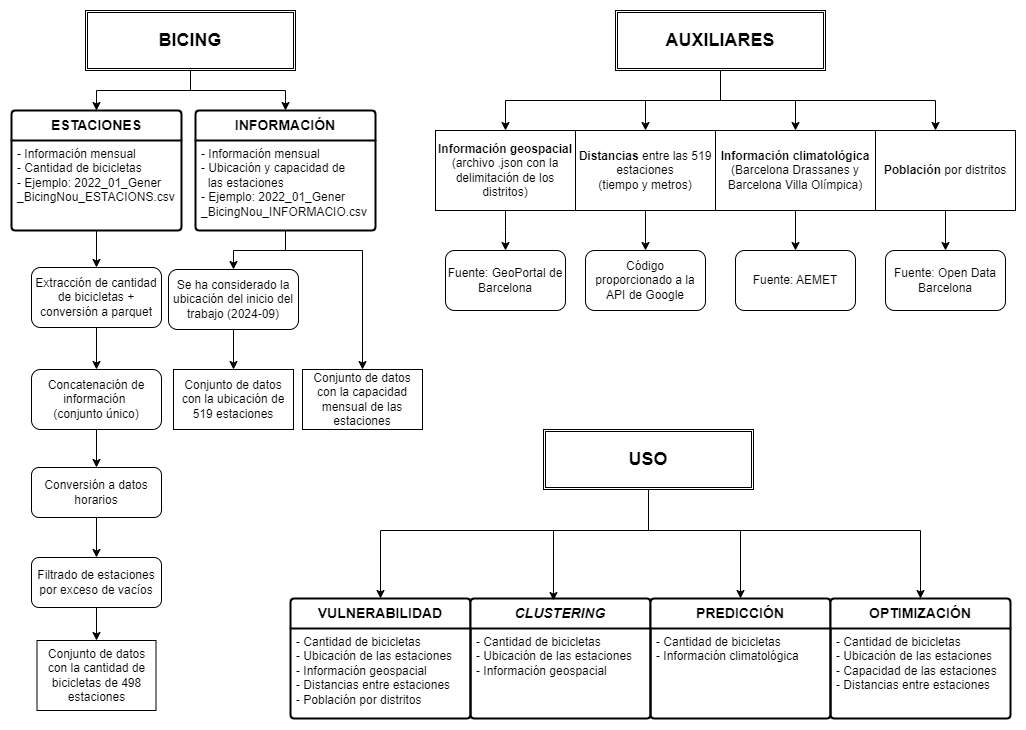
GerardGinerFabregat2001/Optimizacion_reposicionamiento_Bicing keeps this draw.io diagram as 4-DIAGRAMAS/Fuentes de datos.drawio.png. Above is the earlier version. Source tidied: cells renumbered, new cells last; positions are measured from the earlier drawing's top-left corner, leaving out a move shared by most shapes. Its diagram source:
```xml
<mxGraphModel>
  <root>
    <mxCell id="0" />
    <mxCell id="1" parent="0" />
    <mxCell id="2" style="edgeStyle=orthogonalEdgeStyle;rounded=0;jettySize=auto;html=1;entryX=0.5;entryY=0;entryDx=0;entryDy=0;" parent="1" edge="1" source="4" target="10">
      <mxGeometry relative="1" as="geometry" />
    </mxCell>
    <mxCell id="3" style="edgeStyle=orthogonalEdgeStyle;rounded=0;jettySize=auto;html=1;entryX=0.5;entryY=0;entryDx=0;entryDy=0;" parent="1" edge="1" source="4" target="13">
      <mxGeometry relative="1" as="geometry" />
    </mxCell>
    <mxCell id="4" value="&lt;font style=&quot;font-size: 18px;&quot;&gt;&lt;b&gt;BICING&lt;/b&gt;&lt;/font&gt;" style="shape=ext;double=1;rounded=0;whiteSpace=wrap;html=1;fillColor=none;" parent="1" vertex="1">
      <mxGeometry x="74" width="210" height="60" as="geometry" />
    </mxCell>
    <mxCell id="5" style="edgeStyle=orthogonalEdgeStyle;rounded=0;jettySize=auto;html=1;" parent="1" edge="1" source="9" target="31">
      <mxGeometry relative="1" as="geometry" />
    </mxCell>
    <mxCell id="6" style="edgeStyle=orthogonalEdgeStyle;rounded=0;jettySize=auto;html=1;" parent="1" edge="1" source="9" target="29">
      <mxGeometry relative="1" as="geometry">
        <Array as="points">
          <mxPoint x="709" y="90" />
          <mxPoint x="494" y="90" />
        </Array>
      </mxGeometry>
    </mxCell>
    <mxCell id="7" style="edgeStyle=orthogonalEdgeStyle;rounded=0;jettySize=auto;html=1;" parent="1" edge="1" source="9" target="33">
      <mxGeometry relative="1" as="geometry" />
    </mxCell>
    <mxCell id="8" style="edgeStyle=orthogonalEdgeStyle;rounded=0;jettySize=auto;html=1;" parent="1" edge="1" source="9" target="35">
      <mxGeometry relative="1" as="geometry">
        <Array as="points">
          <mxPoint x="709" y="90" />
          <mxPoint x="924" y="90" />
        </Array>
      </mxGeometry>
    </mxCell>
    <mxCell id="9" value="&lt;font style=&quot;font-size: 18px;&quot;&gt;&lt;b&gt;AUXILIARES&lt;/b&gt;&lt;/font&gt;" style="shape=ext;double=1;rounded=0;whiteSpace=wrap;html=1;fillColor=none;" parent="1" vertex="1">
      <mxGeometry x="604" width="210" height="60" as="geometry" />
    </mxCell>
    <mxCell id="10" value="&lt;b&gt;ESTACIONES&lt;/b&gt;" style="swimlane;horizontal=1;startSize=30;rounded=1;fontSize=14;fontStyle=0;strokeWidth=2;shadow=0;dashed=0;align=center;arcSize=4;whiteSpace=wrap;html=1;fillColor=none;" parent="1" vertex="1">
      <mxGeometry y="100" width="170" height="120" as="geometry" />
    </mxCell>
    <mxCell id="11" value="- Información mensual&lt;div&gt;- Cantidad de bicicletas&lt;/div&gt;&lt;div&gt;- Ejemplo:&amp;nbsp;2022_01_Gener&lt;/div&gt;&lt;div&gt;_BicingNou_ESTACIONS.csv&lt;/div&gt;" style="align=left;strokeColor=none;fillColor=none;spacingLeft=4;fontSize=12;verticalAlign=top;html=1;" parent="10" vertex="1">
      <mxGeometry y="30" width="170" height="90" as="geometry" />
    </mxCell>
    <mxCell id="12" style="edgeStyle=orthogonalEdgeStyle;rounded=0;jettySize=auto;html=1;entryX=0.5;entryY=0;entryDx=0;entryDy=0;" parent="1" edge="1" source="13" target="19">
      <mxGeometry relative="1" as="geometry" />
    </mxCell>
    <mxCell id="13" value="&lt;b&gt;INFORMACIÓN&lt;/b&gt;" style="swimlane;horizontal=1;startSize=30;rounded=1;fontSize=14;fontStyle=0;strokeWidth=2;shadow=0;dashed=0;align=center;arcSize=4;whiteSpace=wrap;html=1;fillColor=#FFFFFF;" parent="1" vertex="1">
      <mxGeometry x="184" y="100" width="180" height="120" as="geometry" />
    </mxCell>
    <mxCell id="14" value="- Información mensual&lt;div&gt;- Ubicación y capacidad de&lt;/div&gt;&lt;div&gt;&amp;nbsp; las estaciones&lt;/div&gt;&lt;div&gt;- Ejemplo:&amp;nbsp;2022_01_Gener&lt;/div&gt;&lt;div&gt;_BicingNou_INFORMACIO.csv&lt;/div&gt;" style="align=left;strokeColor=none;fillColor=none;spacingLeft=4;fontSize=12;verticalAlign=top;html=1;" parent="13" vertex="1">
      <mxGeometry y="30" width="180" height="90" as="geometry" />
    </mxCell>
    <mxCell id="15" style="edgeStyle=orthogonalEdgeStyle;rounded=0;jettySize=auto;html=1;" parent="1" edge="1" source="16" target="21">
      <mxGeometry relative="1" as="geometry" />
    </mxCell>
    <mxCell id="16" value="Extracción de cantidad de bicicletas + conversión a parquet" style="rounded=1;whiteSpace=wrap;html=1;" parent="1" vertex="1">
      <mxGeometry x="20" y="257" width="130" height="60" as="geometry" />
    </mxCell>
    <mxCell id="17" style="edgeStyle=orthogonalEdgeStyle;rounded=0;jettySize=auto;html=1;exitX=0.5;exitY=1;exitDx=0;exitDy=0;" parent="1" edge="1" source="11" target="16">
      <mxGeometry relative="1" as="geometry" />
    </mxCell>
    <mxCell id="18" style="edgeStyle=orthogonalEdgeStyle;rounded=0;jettySize=auto;html=1;" parent="1" edge="1" source="19" target="24">
      <mxGeometry relative="1" as="geometry" />
    </mxCell>
    <mxCell id="19" value="&lt;div&gt;&lt;br&gt;&lt;/div&gt;Se ha considerado la ubicación del inicio del trabajo (2024-09)&lt;div&gt;&lt;br&gt;&lt;/div&gt;" style="rounded=1;whiteSpace=wrap;html=1;" parent="1" vertex="1">
      <mxGeometry x="157" y="259" width="130" height="60" as="geometry" />
    </mxCell>
    <mxCell id="20" style="edgeStyle=orthogonalEdgeStyle;rounded=0;jettySize=auto;html=1;" parent="1" edge="1" source="21" target="23">
      <mxGeometry relative="1" as="geometry" />
    </mxCell>
    <mxCell id="21" value="Concatenación de información&amp;nbsp;&lt;div&gt;(conjunto único)&lt;/div&gt;" style="rounded=1;whiteSpace=wrap;html=1;" parent="1" vertex="1">
      <mxGeometry x="20" y="359" width="130" height="60" as="geometry" />
    </mxCell>
    <mxCell id="22" style="edgeStyle=orthogonalEdgeStyle;rounded=0;jettySize=auto;html=1;" parent="1" edge="1" source="23" target="26">
      <mxGeometry relative="1" as="geometry" />
    </mxCell>
    <mxCell id="23" value="Conversión a datos horarios" style="rounded=1;whiteSpace=wrap;html=1;" parent="1" vertex="1">
      <mxGeometry x="20" y="457" width="130" height="50" as="geometry" />
    </mxCell>
    <mxCell id="24" value="Conjunto de datos con la ubicación de 519 estaciones" style="rounded=0;whiteSpace=wrap;html=1;" parent="1" vertex="1">
      <mxGeometry x="162" y="359" width="120" height="60" as="geometry" />
    </mxCell>
    <mxCell id="25" style="edgeStyle=orthogonalEdgeStyle;rounded=0;jettySize=auto;html=1;exitX=0.5;exitY=1;exitDx=0;exitDy=0;entryX=0.5;entryY=0;entryDx=0;entryDy=0;" parent="1" edge="1" source="26" target="27">
      <mxGeometry relative="1" as="geometry" />
    </mxCell>
    <mxCell id="26" value="Filtrado de estaciones por exceso de vacíos" style="rounded=1;whiteSpace=wrap;html=1;" parent="1" vertex="1">
      <mxGeometry x="20" y="547" width="130" height="50" as="geometry" />
    </mxCell>
    <mxCell id="27" value="Conjunto de datos con la cantidad de bicicletas de 498 estaciones" style="rounded=0;whiteSpace=wrap;html=1;" parent="1" vertex="1">
      <mxGeometry x="25.5" y="630" width="119" height="70" as="geometry" />
    </mxCell>
    <mxCell id="28" style="edgeStyle=orthogonalEdgeStyle;rounded=0;jettySize=auto;html=1;" parent="1" edge="1" source="29">
      <mxGeometry relative="1" as="geometry">
        <mxPoint x="494" y="240" as="targetPoint" />
      </mxGeometry>
    </mxCell>
    <mxCell id="29" value="&lt;b&gt;Información geospacial&lt;/b&gt; (archivo .json con la delimitación de los distritos)" style="rounded=0;whiteSpace=wrap;html=1;" parent="1" vertex="1">
      <mxGeometry x="424" y="120" width="140" height="80" as="geometry" />
    </mxCell>
    <mxCell id="30" style="edgeStyle=orthogonalEdgeStyle;rounded=0;jettySize=auto;html=1;" parent="1" edge="1" source="31" target="37">
      <mxGeometry relative="1" as="geometry" />
    </mxCell>
    <mxCell id="31" value="&lt;b&gt;Distancias&lt;/b&gt; entre las 519 estaciones&lt;div&gt;(tiempo y metros)&lt;/div&gt;" style="rounded=0;whiteSpace=wrap;html=1;" parent="1" vertex="1">
      <mxGeometry x="564" y="120" width="140" height="80" as="geometry" />
    </mxCell>
    <mxCell id="32" style="edgeStyle=orthogonalEdgeStyle;rounded=0;jettySize=auto;html=1;" parent="1" edge="1" source="33" target="38">
      <mxGeometry relative="1" as="geometry" />
    </mxCell>
    <mxCell id="33" value="&lt;b&gt;Información climatológica&lt;/b&gt; (Barcelona Drassanes y Barcelona Villa Olímpica)" style="rounded=0;whiteSpace=wrap;html=1;" parent="1" vertex="1">
      <mxGeometry x="704" y="120" width="160" height="80" as="geometry" />
    </mxCell>
    <mxCell id="34" style="edgeStyle=orthogonalEdgeStyle;rounded=0;jettySize=auto;html=1;" parent="1" edge="1" source="35" target="39">
      <mxGeometry relative="1" as="geometry" />
    </mxCell>
    <mxCell id="35" value="&lt;b&gt;Población &lt;/b&gt;por distritos" style="rounded=0;whiteSpace=wrap;html=1;" parent="1" vertex="1">
      <mxGeometry x="864" y="120" width="140" height="80" as="geometry" />
    </mxCell>
    <mxCell id="36" value="Fuente: GeoPortal de Barcelona" style="rounded=1;whiteSpace=wrap;html=1;" parent="1" vertex="1">
      <mxGeometry x="434" y="240" width="120" height="60" as="geometry" />
    </mxCell>
    <mxCell id="37" value="Código proporcionado a la API de Google" style="rounded=1;whiteSpace=wrap;html=1;" parent="1" vertex="1">
      <mxGeometry x="574" y="240" width="120" height="60" as="geometry" />
    </mxCell>
    <mxCell id="38" value="Fuente: AEMET" style="rounded=1;whiteSpace=wrap;html=1;" parent="1" vertex="1">
      <mxGeometry x="724" y="240" width="120" height="60" as="geometry" />
    </mxCell>
    <mxCell id="39" value="Fuente: Open Data Barcelona" style="rounded=1;whiteSpace=wrap;html=1;" parent="1" vertex="1">
      <mxGeometry x="874" y="240" width="120" height="60" as="geometry" />
    </mxCell>
    <mxCell id="40" value="Conjunto de datos con la capacidad mensual de las estaciones" style="rounded=0;whiteSpace=wrap;html=1;" parent="1" vertex="1">
      <mxGeometry x="291" y="359" width="120" height="60" as="geometry" />
    </mxCell>
    <mxCell id="41" style="edgeStyle=orthogonalEdgeStyle;rounded=0;jettySize=auto;html=1;entryX=0.5;entryY=0;entryDx=0;entryDy=0;" parent="1" edge="1" source="14" target="40">
      <mxGeometry relative="1" as="geometry">
        <Array as="points">
          <mxPoint x="274" y="240" />
          <mxPoint x="351" y="240" />
        </Array>
      </mxGeometry>
    </mxCell>
    <mxCell id="42" style="edgeStyle=orthogonalEdgeStyle;rounded=0;jettySize=auto;html=1;entryX=0.5;entryY=0;entryDx=0;entryDy=0;" parent="1" edge="1" source="45" target="46">
      <mxGeometry relative="1" as="geometry">
        <Array as="points">
          <mxPoint x="637" y="520" />
          <mxPoint x="369" y="520" />
        </Array>
      </mxGeometry>
    </mxCell>
    <mxCell id="43" style="edgeStyle=orthogonalEdgeStyle;rounded=0;jettySize=auto;html=1;entryX=0.5;entryY=0;entryDx=0;entryDy=0;" parent="1" edge="1" source="45" target="50">
      <mxGeometry relative="1" as="geometry">
        <Array as="points">
          <mxPoint x="637" y="520" />
          <mxPoint x="729" y="520" />
        </Array>
      </mxGeometry>
    </mxCell>
    <mxCell id="44" style="edgeStyle=orthogonalEdgeStyle;rounded=0;jettySize=auto;html=1;" parent="1" edge="1" source="45" target="52">
      <mxGeometry relative="1" as="geometry">
        <Array as="points">
          <mxPoint x="637" y="520" />
          <mxPoint x="909" y="520" />
        </Array>
      </mxGeometry>
    </mxCell>
    <mxCell id="45" value="&lt;font style=&quot;font-size: 18px;&quot;&gt;&lt;b&gt;USO&lt;/b&gt;&lt;/font&gt;" style="shape=ext;double=1;rounded=0;whiteSpace=wrap;html=1;fillColor=none;" parent="1" vertex="1">
      <mxGeometry x="532" y="419" width="210" height="60" as="geometry" />
    </mxCell>
    <mxCell id="46" value="&lt;b&gt;VULNERABILIDAD&lt;/b&gt;" style="swimlane;horizontal=1;startSize=30;rounded=1;fontSize=14;fontStyle=0;strokeWidth=2;shadow=0;dashed=0;align=center;arcSize=4;whiteSpace=wrap;html=1;fillColor=#FFFFFF;" parent="1" vertex="1">
      <mxGeometry x="279" y="588" width="180" height="120" as="geometry" />
    </mxCell>
    <mxCell id="47" value="- Cantidad de bicicletas&lt;div&gt;- Ubicación de las estaciones&lt;/div&gt;&lt;div&gt;- Información geospacial&lt;/div&gt;&lt;div&gt;- Distancias entre estaciones&lt;/div&gt;&lt;div&gt;- Población por distritos&lt;/div&gt;" style="align=left;strokeColor=none;fillColor=none;spacingLeft=4;fontSize=12;verticalAlign=top;html=1;" parent="46" vertex="1">
      <mxGeometry y="30" width="180" height="90" as="geometry" />
    </mxCell>
    <mxCell id="48" value="&lt;b&gt;&lt;i&gt;CLUSTERING&lt;/i&gt;&lt;/b&gt;" style="swimlane;horizontal=1;startSize=30;rounded=1;fontSize=14;fontStyle=0;strokeWidth=2;shadow=0;dashed=0;align=center;arcSize=4;whiteSpace=wrap;html=1;fillColor=#FFFFFF;" parent="1" vertex="1">
      <mxGeometry x="459" y="588" width="180" height="120" as="geometry" />
    </mxCell>
    <mxCell id="49" value="- Cantidad de bicicletas&lt;div&gt;- Ubicación de las estaciones&lt;/div&gt;&lt;div&gt;- Información geospacial&lt;/div&gt;" style="align=left;strokeColor=none;fillColor=none;spacingLeft=4;fontSize=12;verticalAlign=top;html=1;" parent="48" vertex="1">
      <mxGeometry y="30" width="180" height="90" as="geometry" />
    </mxCell>
    <mxCell id="50" value="&lt;b&gt;PREDICCIÓN&lt;/b&gt;" style="swimlane;horizontal=1;startSize=30;rounded=1;fontSize=14;fontStyle=0;strokeWidth=2;shadow=0;dashed=0;align=center;arcSize=4;whiteSpace=wrap;html=1;fillColor=#FFFFFF;" parent="1" vertex="1">
      <mxGeometry x="639" y="588" width="180" height="120" as="geometry" />
    </mxCell>
    <mxCell id="51" value="- Cantidad de bicicletas&lt;div&gt;- Información climatológica&lt;/div&gt;" style="align=left;strokeColor=none;fillColor=none;spacingLeft=4;fontSize=12;verticalAlign=top;html=1;" parent="50" vertex="1">
      <mxGeometry y="30" width="180" height="90" as="geometry" />
    </mxCell>
    <mxCell id="52" value="&lt;b&gt;OPTIMIZACIÓN&lt;/b&gt;" style="swimlane;horizontal=1;startSize=30;rounded=1;fontSize=14;fontStyle=0;strokeWidth=2;shadow=0;dashed=0;align=center;arcSize=4;whiteSpace=wrap;html=1;fillColor=#FFFFFF;" parent="1" vertex="1">
      <mxGeometry x="819" y="588" width="180" height="120" as="geometry" />
    </mxCell>
    <mxCell id="53" value="- Cantidad de bicicletas&lt;div&gt;- Ubicación de las estaciones&lt;/div&gt;&lt;div&gt;-&amp;nbsp;&lt;span style=&quot;background-color: initial;&quot;&gt;Capacidad de las estaciones&lt;/span&gt;&lt;/div&gt;&lt;div&gt;&lt;span style=&quot;background-color: initial;&quot;&gt;- Distancias entre estaciones&lt;/span&gt;&lt;/div&gt;&lt;div&gt;&lt;br&gt;&lt;/div&gt;" style="align=left;strokeColor=none;fillColor=none;spacingLeft=4;fontSize=12;verticalAlign=top;html=1;" parent="52" vertex="1">
      <mxGeometry y="30" width="180" height="90" as="geometry" />
    </mxCell>
    <mxCell id="54" style="edgeStyle=orthogonalEdgeStyle;rounded=0;jettySize=auto;html=1;entryX=0.461;entryY=0.017;entryDx=0;entryDy=0;entryPerimeter=0;" parent="1" edge="1" source="45" target="48">
      <mxGeometry relative="1" as="geometry">
        <Array as="points">
          <mxPoint x="637" y="520" />
          <mxPoint x="542" y="520" />
        </Array>
      </mxGeometry>
    </mxCell>
  </root>
</mxGraphModel>
```
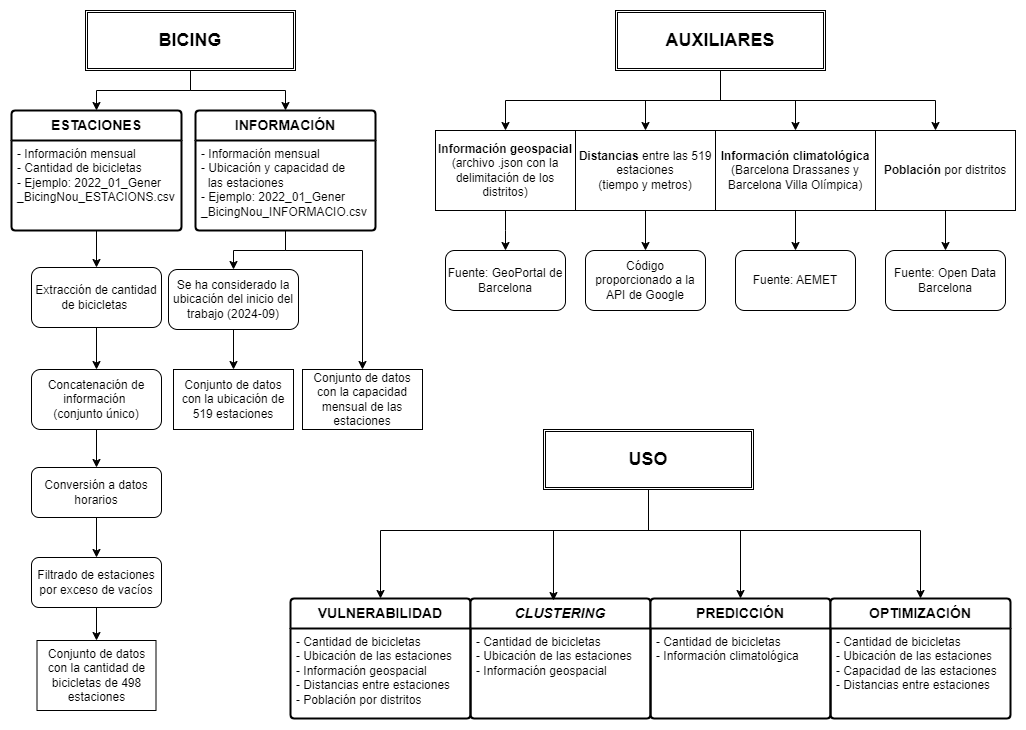
After the change.

Change to the diagram source:
```diff
@@ -54,7 +54,7 @@
     <mxCell id="15" style="edgeStyle=orthogonalEdgeStyle;rounded=0;jettySize=auto;html=1;" parent="1" edge="1" source="16" target="21">
       <mxGeometry relative="1" as="geometry" />
     </mxCell>
-    <mxCell id="16" value="Extracción de cantidad de bicicletas + conversión a parquet" style="rounded=1;whiteSpace=wrap;html=1;" parent="1" vertex="1">
+    <mxCell id="16" value="Extracción de cantidad de bicicletas&amp;nbsp;" style="rounded=1;whiteSpace=wrap;html=1;" parent="1" vertex="1">
       <mxGeometry x="20" y="257" width="130" height="60" as="geometry" />
     </mxCell>
     <mxCell id="17" style="edgeStyle=orthogonalEdgeStyle;rounded=0;jettySize=auto;html=1;exitX=0.5;exitY=1;exitDx=0;exitDy=0;" parent="1" edge="1" source="11" target="16">
```
